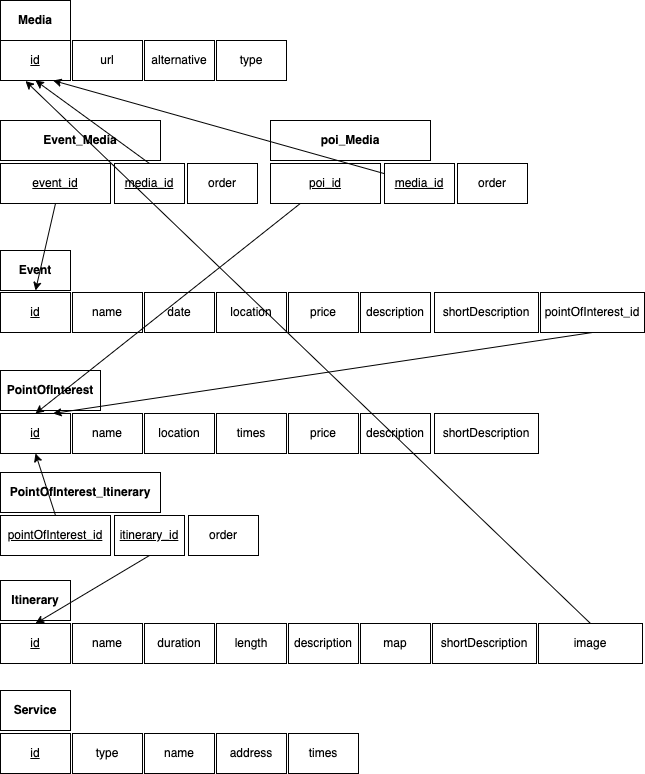
SebastianCastellano/Hypermedia-Project keeps this draw.io diagram as Design-part/RelationalSchema.png. Above is the earlier version. Source tidied: cells renumbered, new cells last; positions are measured from the earlier drawing's top-left corner, leaving out a move shared by most shapes.
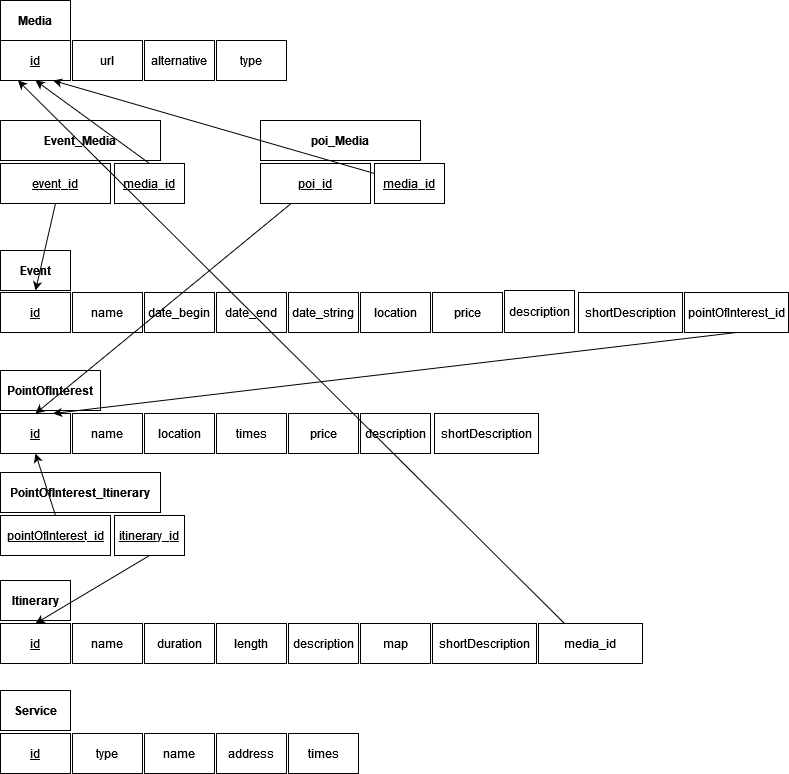
The same diagram one commit later.

Commit message:
Updated database schemas

Diff of the diagram source:
```diff
@@ -11,23 +11,23 @@
     <mxCell id="4" value="name" style="rounded=0;whiteSpace=wrap;html=1;" parent="1" vertex="1">
       <mxGeometry x="72" y="292" width="70" height="40" as="geometry" />
     </mxCell>
-    <mxCell id="5" value="date" style="rounded=0;whiteSpace=wrap;html=1;" parent="1" vertex="1">
+    <mxCell id="5" value="date_begin" style="rounded=0;whiteSpace=wrap;html=1;" parent="1" vertex="1">
       <mxGeometry x="144" y="292" width="70" height="40" as="geometry" />
     </mxCell>
     <mxCell id="6" value="location" style="rounded=0;whiteSpace=wrap;html=1;" parent="1" vertex="1">
-      <mxGeometry x="216" y="292" width="70" height="40" as="geometry" />
+      <mxGeometry x="360" y="292" width="70" height="40" as="geometry" />
     </mxCell>
     <mxCell id="7" value="price" style="rounded=0;whiteSpace=wrap;html=1;" parent="1" vertex="1">
-      <mxGeometry x="288" y="292" width="70" height="40" as="geometry" />
+      <mxGeometry x="432" y="292" width="70" height="40" as="geometry" />
     </mxCell>
     <mxCell id="8" value="description" style="rounded=0;whiteSpace=wrap;html=1;" parent="1" vertex="1">
-      <mxGeometry x="360" y="292" width="70" height="40" as="geometry" />
+      <mxGeometry x="504" y="290" width="70" height="42" as="geometry" />
     </mxCell>
     <mxCell id="9" value="shortDescription" style="rounded=0;whiteSpace=wrap;html=1;" parent="1" vertex="1">
-      <mxGeometry x="434" y="292" width="104" height="40" as="geometry" />
+      <mxGeometry x="578" y="292" width="104" height="40" as="geometry" />
     </mxCell>
     <mxCell id="10" value="pointOfInterest_id" style="rounded=0;whiteSpace=wrap;html=1;" parent="1" vertex="1">
-      <mxGeometry x="540" y="292" width="104" height="40" as="geometry" />
+      <mxGeometry x="684" y="292" width="104" height="40" as="geometry" />
     </mxCell>
     <mxCell id="11" value="PointOfInterest" style="rounded=0;whiteSpace=wrap;html=1;fontStyle=1;" parent="1" vertex="1">
       <mxGeometry y="370" width="100" height="40" as="geometry" />
@@ -138,13 +138,13 @@
       <mxGeometry x="114" y="163" width="70" height="40" as="geometry" />
     </mxCell>
     <mxCell id="47" value="poi_Media" style="rounded=0;whiteSpace=wrap;html=1;fontStyle=1;" parent="1" vertex="1">
-      <mxGeometry x="270" y="120" width="160" height="40" as="geometry" />
+      <mxGeometry x="260" y="120" width="160" height="40" as="geometry" />
     </mxCell>
     <mxCell id="48" value="poi_id" style="rounded=0;whiteSpace=wrap;html=1;fontStyle=4;" parent="1" vertex="1">
-      <mxGeometry x="270" y="163" width="110" height="40" as="geometry" />
+      <mxGeometry x="260" y="163" width="110" height="40" as="geometry" />
     </mxCell>
     <mxCell id="49" value="media_id" style="rounded=0;whiteSpace=wrap;html=1;fontStyle=4;" parent="1" vertex="1">
-      <mxGeometry x="384" y="163" width="70" height="40" as="geometry" />
+      <mxGeometry x="374" y="163" width="70" height="40" as="geometry" />
     </mxCell>
     <mxCell id="50" style="endArrow=classic;html=1;rounded=0;exitX=0.5;exitY=1;exitDx=0;exitDy=0;entryX=0.5;entryY=1;entryDx=0;entryDy=0;" parent="1" edge="1" source="45" target="2">
       <mxGeometry relative="1" as="geometry" />
@@ -152,26 +152,23 @@
     <mxCell id="51" style="endArrow=classic;html=1;rounded=0;exitX=0.5;exitY=0;exitDx=0;exitDy=0;entryX=0.5;entryY=1;entryDx=0;entryDy=0;" parent="1" edge="1" source="46" target="40">
       <mxGeometry relative="1" as="geometry" />
     </mxCell>
-    <mxCell id="52" style="endArrow=classic;html=1;rounded=0;entryX=0.75;entryY=1;entryDx=0;entryDy=0;" parent="1" edge="1" source="49" target="40">
+    <mxCell id="52" style="endArrow=classic;html=1;rounded=0;exitX=0;exitY=0.25;exitDx=0;exitDy=0;entryX=0.75;entryY=1;entryDx=0;entryDy=0;" parent="1" edge="1" source="49" target="40">
       <mxGeometry relative="1" as="geometry" />
     </mxCell>
     <mxCell id="53" style="endArrow=classic;html=1;rounded=0;entryX=0.5;entryY=0;entryDx=0;entryDy=0;" parent="1" edge="1" source="48" target="12">
       <mxGeometry relative="1" as="geometry" />
     </mxCell>
-    <mxCell id="54" value="image" style="rounded=0;whiteSpace=wrap;html=1;" parent="1" vertex="1">
-      <mxGeometry x="538" y="623" width="104" height="40" as="geometry" />
-    </mxCell>
-    <mxCell id="55" style="endArrow=classic;html=1;rounded=0;exitX=0.5;exitY=0;exitDx=0;exitDy=0;entryX=0.357;entryY=1.013;entryDx=0;entryDy=0;entryPerimeter=0;" parent="1" edge="1" source="54" target="40">
-      <mxGeometry relative="1" as="geometry" />
-    </mxCell>
-    <mxCell id="56" value="order" style="rounded=0;whiteSpace=wrap;html=1;" parent="1" vertex="1">
-      <mxGeometry x="188" y="515" width="70" height="40" as="geometry" />
-    </mxCell>
-    <mxCell id="57" value="order" style="rounded=0;whiteSpace=wrap;html=1;" parent="1" vertex="1">
-      <mxGeometry x="187" y="163" width="70" height="40" as="geometry" />
-    </mxCell>
-    <mxCell id="58" value="order" style="rounded=0;whiteSpace=wrap;html=1;" parent="1" vertex="1">
-      <mxGeometry x="457" y="163" width="70" height="40" as="geometry" />
-    </mxCell>
+    <mxCell id="59" value="&lt;div&gt;media_id&lt;/div&gt;" style="rounded=0;whiteSpace=wrap;html=1;" parent="1" vertex="1">
+      <mxGeometry x="538" y="623" width="104" height="40" as="geometry" />
+    </mxCell>
+    <mxCell id="60" value="date_end" style="rounded=0;whiteSpace=wrap;html=1;" parent="1" vertex="1">
+      <mxGeometry x="216" y="292" width="70" height="40" as="geometry" />
+    </mxCell>
+    <mxCell id="61" value="date_string" style="rounded=0;whiteSpace=wrap;html=1;" parent="1" vertex="1">
+      <mxGeometry x="288" y="292" width="70" height="40" as="geometry" />
+    </mxCell>
+    <mxCell id="62" style="endArrow=classic;html=1;rounded=0;entryX=0.25;entryY=1;entryDx=0;entryDy=0;exitX=0.25;exitY=0;exitDx=0;exitDy=0;" parent="1" edge="1" source="59" target="40">
+      <mxGeometry relative="1" as="geometry" />
+    </mxCell>
   </root>
 </mxGraphModel>
```
